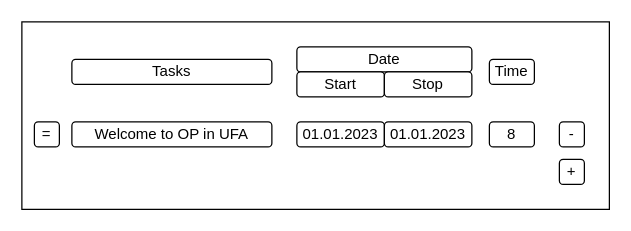
Earlier version of the draw.io diagram page "ПКР" (7 of 7) of Untitled Diagram.drawio (knorke102/schemes). Source tidied: cells renumbered, new cells numbered last; positions are measured from the earlier drawing's top-left corner, leaving out a move shared by most shapes. Both pictures are drawn from the tidied source at 125%, with x=0, y=0 at pixel (21, 21).
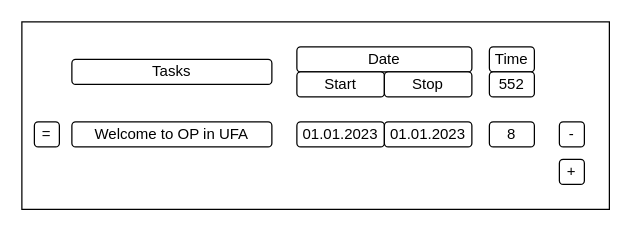
Above is the later version.

Change to the diagram source:
```diff
@@
 <mxGraphModel>
   <root>
     <mxCell id="0" />
     <mxCell id="1" parent="0" />
     <mxCell id="2" style="rounded=0;whiteSpace=wrap;html=1;" parent="1" vertex="1">
       <mxGeometry width="470" height="150" as="geometry" />
     </mxCell>
     <mxCell id="3" value="Welcome to OP in UFA" style="rounded=1;whiteSpace=wrap;html=1;" parent="1" vertex="1">
       <mxGeometry x="40" y="80" width="160" height="20" as="geometry" />
     </mxCell>
     <mxCell id="4" value="=" style="rounded=1;whiteSpace=wrap;html=1;" parent="1" vertex="1">
       <mxGeometry x="10" y="80" width="20" height="20" as="geometry" />
     </mxCell>
     <mxCell id="5" value="01.01.2023" style="rounded=1;whiteSpace=wrap;html=1;" parent="1" vertex="1">
       <mxGeometry x="220" y="80" width="70" height="20" as="geometry" />
     </mxCell>
     <mxCell id="6" value="Tasks" style="rounded=1;whiteSpace=wrap;html=1;verticalAlign=middle;" parent="1" vertex="1">
       <mxGeometry x="40" y="30" width="160" height="20" as="geometry" />
     </mxCell>
     <mxCell id="7" value="Date" style="rounded=1;whiteSpace=wrap;html=1;" parent="1" vertex="1">
       <mxGeometry x="220" y="20" width="140" height="20" as="geometry" />
     </mxCell>
     <mxCell id="8" value="Start" style="rounded=1;whiteSpace=wrap;html=1;" parent="1" vertex="1">
       <mxGeometry x="220" y="40" width="70" height="20" as="geometry" />
     </mxCell>
     <mxCell id="9" value="Stop" style="rounded=1;whiteSpace=wrap;html=1;" parent="1" vertex="1">
       <mxGeometry x="290" y="40" width="70" height="20" as="geometry" />
     </mxCell>
     <mxCell id="10" value="01.01.2023" style="rounded=1;whiteSpace=wrap;html=1;" parent="1" vertex="1">
       <mxGeometry x="290" y="80" width="70" height="20" as="geometry" />
     </mxCell>
     <mxCell id="11" value="Time" style="rounded=1;whiteSpace=wrap;html=1;verticalAlign=middle;" parent="1" vertex="1">
-      <mxGeometry x="374" y="30" width="36" height="20" as="geometry" />
+      <mxGeometry x="374" y="20" width="36" height="20" as="geometry" />
     </mxCell>
     <mxCell id="12" value="8" style="rounded=1;whiteSpace=wrap;html=1;" parent="1" vertex="1">
       <mxGeometry x="374" y="80" width="36" height="20" as="geometry" />
     </mxCell>
     <mxCell id="13" value="+" style="rounded=1;whiteSpace=wrap;html=1;" parent="1" vertex="1">
       <mxGeometry x="430" y="110" width="20" height="20" as="geometry" />
     </mxCell>
     <mxCell id="14" value="-" style="rounded=1;whiteSpace=wrap;html=1;" parent="1" vertex="1">
       <mxGeometry x="430" y="80" width="20" height="20" as="geometry" />
     </mxCell>
+    <mxCell id="15" value="552" style="rounded=1;whiteSpace=wrap;html=1;verticalAlign=middle;" parent="1" vertex="1">
+      <mxGeometry x="374" y="40" width="36" height="20" as="geometry" />
+    </mxCell>
   </root>
 </mxGraphModel>
```
